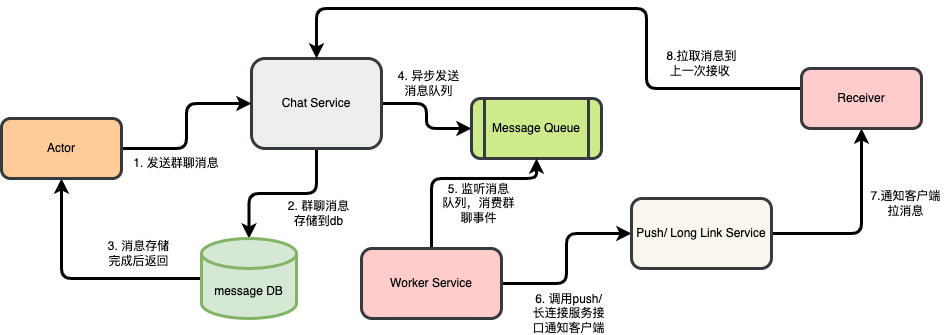
This is groupchat.drawio.png from anriclee/diagramStorage, a draw.io export, as it was before one commit. Source tidied: cells renumbered, new cells last; positions are measured from the earlier drawing's top-left corner, leaving out a move shared by most shapes.
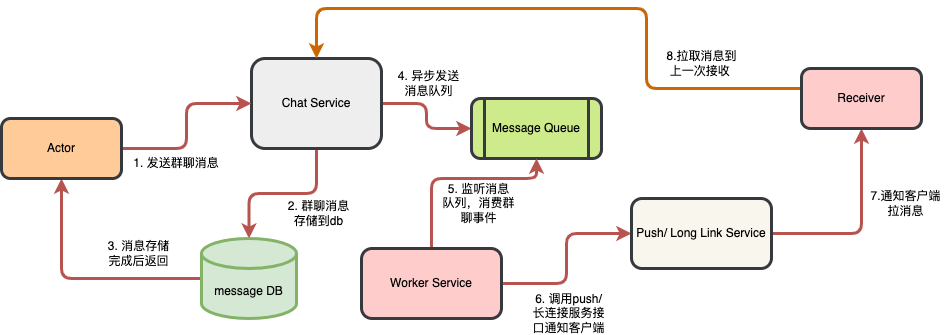
After the change.

The edit, as a diff of the source:
```diff
@@ -2,16 +2,16 @@
   <root>
     <mxCell id="0" />
     <mxCell id="1" parent="0" />
-    <mxCell id="2" style="edgeStyle=orthogonalEdgeStyle;rounded=1;sketch=0;jettySize=auto;html=1;entryX=0.5;entryY=0;entryDx=0;entryDy=0;entryPerimeter=0;strokeWidth=3;" parent="1" edge="1" source="4" target="6">
+    <mxCell id="2" style="edgeStyle=orthogonalEdgeStyle;rounded=1;sketch=0;jettySize=auto;html=1;entryX=0.5;entryY=0;entryDx=0;entryDy=0;entryPerimeter=0;strokeWidth=3;fillColor=#f8cecc;strokeColor=#b85450;" parent="1" edge="1" source="4" target="6">
       <mxGeometry relative="1" as="geometry" />
     </mxCell>
-    <mxCell id="3" style="edgeStyle=orthogonalEdgeStyle;rounded=1;sketch=0;jettySize=auto;html=1;entryX=0;entryY=0.5;entryDx=0;entryDy=0;strokeWidth=3;" parent="1" edge="1" source="4" target="7">
+    <mxCell id="3" style="edgeStyle=orthogonalEdgeStyle;rounded=1;sketch=0;jettySize=auto;html=1;entryX=0;entryY=0.5;entryDx=0;entryDy=0;strokeWidth=3;fillColor=#f8cecc;strokeColor=#b85450;" parent="1" edge="1" source="4" target="7">
       <mxGeometry relative="1" as="geometry" />
     </mxCell>
     <mxCell id="4" value="Chat Service" style="rounded=1;whiteSpace=wrap;html=1;fillColor=#eeeeee;strokeColor=#36393d;strokeWidth=3;" parent="1" vertex="1">
       <mxGeometry x="250" y="50" width="130" height="90" as="geometry" />
     </mxCell>
-    <mxCell id="5" style="edgeStyle=orthogonalEdgeStyle;rounded=1;sketch=0;jettySize=auto;html=1;exitX=0;exitY=0.5;exitDx=0;exitDy=0;exitPerimeter=0;entryX=0.5;entryY=1;entryDx=0;entryDy=0;strokeWidth=3;" parent="1" edge="1" source="6" target="16">
+    <mxCell id="5" style="edgeStyle=orthogonalEdgeStyle;rounded=1;sketch=0;jettySize=auto;html=1;exitX=0;exitY=0.5;exitDx=0;exitDy=0;exitPerimeter=0;entryX=0.5;entryY=1;entryDx=0;entryDy=0;strokeWidth=3;fillColor=#f8cecc;strokeColor=#b85450;" parent="1" edge="1" source="6" target="16">
       <mxGeometry relative="1" as="geometry" />
     </mxCell>
     <mxCell id="6" value="message DB" style="shape=cylinder3;whiteSpace=wrap;html=1;boundedLbl=1;backgroundOutline=1;size=15;rounded=1;fillColor=#d5e8d4;strokeColor=#82b366;strokeWidth=3;" parent="1" vertex="1">
@@ -20,7 +20,7 @@
     <mxCell id="7" value="Message Queue" style="shape=process;whiteSpace=wrap;html=1;backgroundOutline=1;rounded=1;fillColor=#cdeb8b;strokeColor=#36393d;strokeWidth=3;" parent="1" vertex="1">
       <mxGeometry x="470" y="90" width="130" height="60" as="geometry" />
     </mxCell>
-    <mxCell id="8" style="edgeStyle=orthogonalEdgeStyle;rounded=1;sketch=0;jettySize=auto;html=1;exitX=0.5;exitY=0;exitDx=0;exitDy=0;entryX=0.5;entryY=1;entryDx=0;entryDy=0;shadow=0;strokeWidth=3;" parent="1" edge="1" source="10" target="7">
+    <mxCell id="8" style="edgeStyle=orthogonalEdgeStyle;rounded=1;sketch=0;jettySize=auto;html=1;exitX=0.5;exitY=0;exitDx=0;exitDy=0;entryX=0.5;entryY=1;entryDx=0;entryDy=0;shadow=0;strokeWidth=3;fillColor=#f8cecc;strokeColor=#b85450;" parent="1" edge="1" source="10" target="7">
       <mxGeometry relative="1" as="geometry">
         <Array as="points">
           <mxPoint x="430" y="170" />
@@ -28,13 +28,13 @@
         </Array>
       </mxGeometry>
     </mxCell>
-    <mxCell id="9" style="edgeStyle=orthogonalEdgeStyle;rounded=1;sketch=0;jettySize=auto;html=1;entryX=0;entryY=0.5;entryDx=0;entryDy=0;shadow=0;strokeWidth=3;" parent="1" edge="1" source="10" target="12">
+    <mxCell id="9" style="edgeStyle=orthogonalEdgeStyle;rounded=1;sketch=0;jettySize=auto;html=1;entryX=0;entryY=0.5;entryDx=0;entryDy=0;shadow=0;strokeWidth=3;fillColor=#f8cecc;strokeColor=#b85450;" parent="1" edge="1" source="10" target="12">
       <mxGeometry relative="1" as="geometry" />
     </mxCell>
     <mxCell id="10" value="Worker Service" style="rounded=1;whiteSpace=wrap;html=1;fillColor=#ffcccc;strokeColor=#36393d;strokeWidth=3;" parent="1" vertex="1">
       <mxGeometry x="360" y="240" width="140" height="70" as="geometry" />
     </mxCell>
-    <mxCell id="11" style="edgeStyle=orthogonalEdgeStyle;rounded=1;sketch=0;jettySize=auto;html=1;entryX=0.5;entryY=1;entryDx=0;entryDy=0;shadow=0;strokeWidth=3;" parent="1" edge="1" source="12" target="18">
+    <mxCell id="11" style="edgeStyle=orthogonalEdgeStyle;rounded=1;sketch=0;jettySize=auto;html=1;entryX=0.5;entryY=1;entryDx=0;entryDy=0;shadow=0;strokeWidth=3;fillColor=#f8cecc;strokeColor=#b85450;" parent="1" edge="1" source="12" target="18">
       <mxGeometry relative="1" as="geometry" />
     </mxCell>
     <mxCell id="12" value="Push/ Long Link Service" style="rounded=1;whiteSpace=wrap;html=1;fillColor=#f9f7ed;strokeColor=#36393d;strokeWidth=3;" parent="1" vertex="1">
@@ -46,13 +46,13 @@
     <mxCell id="14" value="2. 群聊消息存储到db" style="text;html=1;strokeColor=none;fillColor=none;align=center;verticalAlign=middle;whiteSpace=wrap;rounded=1;" parent="1" vertex="1">
       <mxGeometry x="280" y="190" width="75" height="30" as="geometry" />
     </mxCell>
-    <mxCell id="15" style="edgeStyle=orthogonalEdgeStyle;rounded=1;sketch=0;jettySize=auto;html=1;entryX=0;entryY=0.5;entryDx=0;entryDy=0;strokeWidth=3;" parent="1" edge="1" source="16" target="4">
+    <mxCell id="15" style="edgeStyle=orthogonalEdgeStyle;rounded=1;sketch=0;jettySize=auto;html=1;entryX=0;entryY=0.5;entryDx=0;entryDy=0;strokeWidth=3;fillColor=#f8cecc;strokeColor=#b85450;" parent="1" edge="1" source="16" target="4">
       <mxGeometry relative="1" as="geometry" />
     </mxCell>
     <mxCell id="16" value="Actor" style="rounded=1;whiteSpace=wrap;html=1;sketch=0;fillColor=#ffcc99;strokeColor=#36393d;strokeWidth=3;" parent="1" vertex="1">
       <mxGeometry y="110" width="120" height="60" as="geometry" />
     </mxCell>
-    <mxCell id="17" style="edgeStyle=orthogonalEdgeStyle;rounded=1;sketch=0;jettySize=auto;html=1;entryX=0.5;entryY=0;entryDx=0;entryDy=0;strokeWidth=3;" parent="1" edge="1" source="18" target="4">
+    <mxCell id="17" style="edgeStyle=orthogonalEdgeStyle;rounded=1;sketch=0;jettySize=auto;html=1;entryX=0.5;entryY=0;entryDx=0;entryDy=0;strokeWidth=3;fillColor=#f8cecc;strokeColor=#CC6600;" parent="1" edge="1" source="18" target="4">
       <mxGeometry relative="1" as="geometry">
         <Array as="points">
           <mxPoint x="645" y="80" />
```
